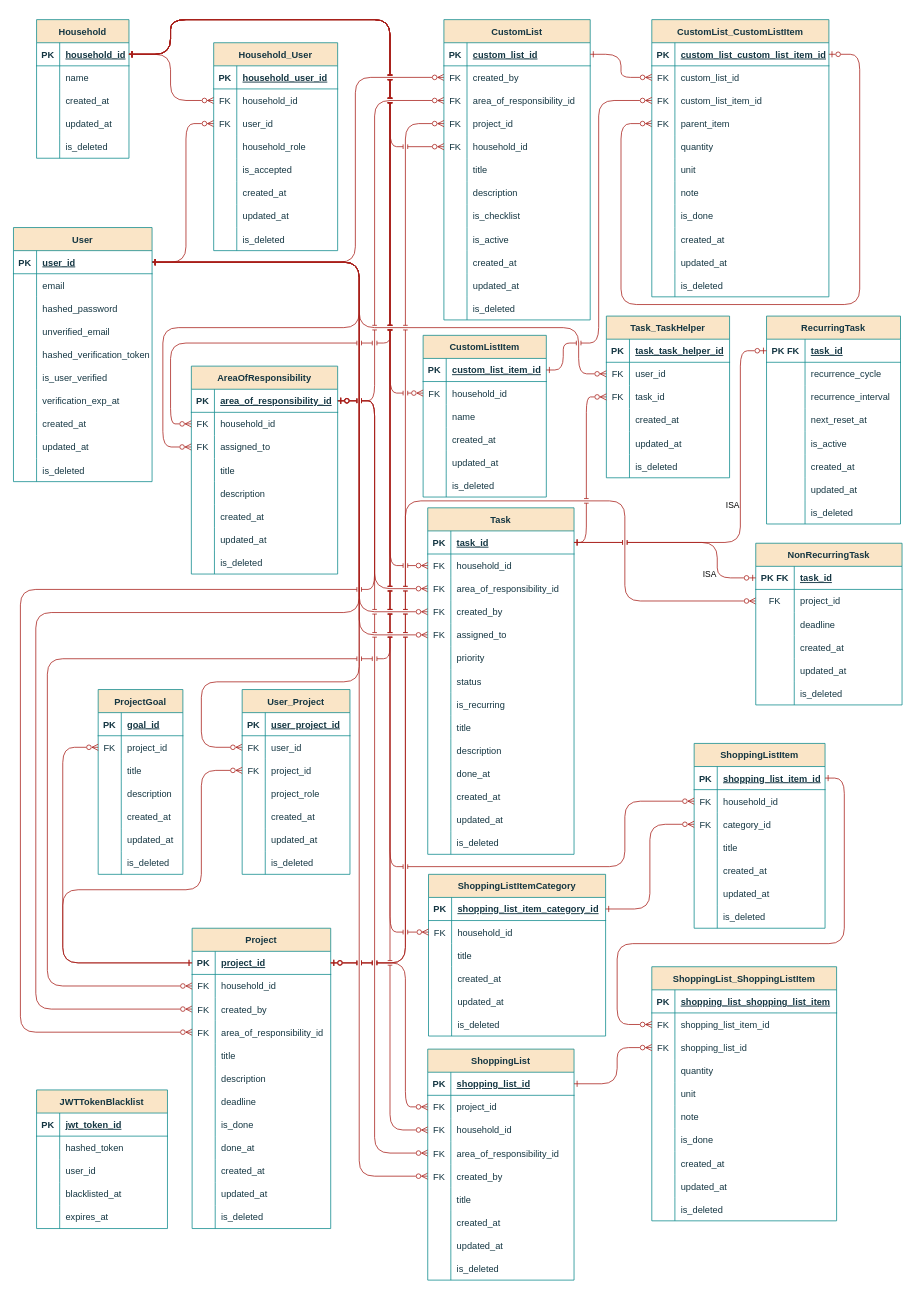
Above: docs/diagrams/erd/TheMentalLoadHub_ERD.drawio in dominikoetiker/TheMentalLoadHub (draw.io), before the change. Source tidied: cells renumbered, new cells numbered last; positions are measured from the earlier drawing's top-left corner, leaving out a move shared by most shapes. Both pictures are drawn from the tidied source at 77%, with x=0, y=0 at pixel (13, 19).
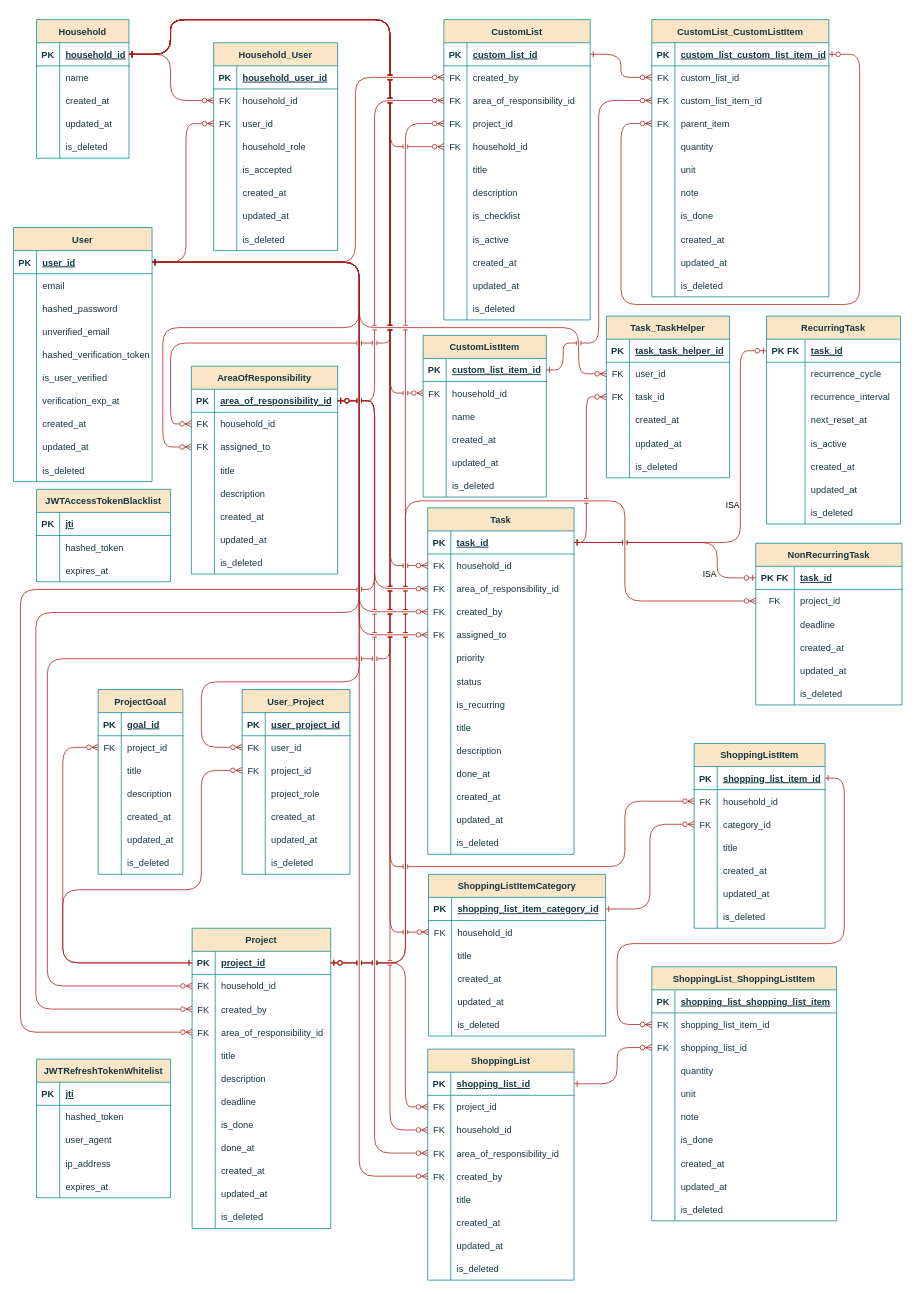
After the change.

Commit message (it also covers changes not shown here):
Update ERD to include token management improvements

Updated the ERD to reflect changes in token management, including renaming JWTTokenBlacklist to JWTAccessTokenBlacklist and adding JWTRefreshTokenWhitelist. These adjustments improve the clarity and structure of token handling within the system.

Diff of the diagram source:
```diff
@@
-    <mxCell id="512" value="JWTTokenBlacklist" style="shape=table;startSize=30;childLayout=tableLayout;rowLines=0;fontStyle=1;align=center;rounded=0;labelBackgroundColor=none;shadow=0;comic=0;enumerate=0;fillColor=#FAE5C7;strokeColor=#0F8B8D;fontColor=#143642;" parent="1" vertex="1">
-      <mxGeometry x="30" y="1390" width="170" height="180" as="geometry" />
+    <mxCell id="512" value="JWTAccessTokenBlacklist" style="shape=table;startSize=30;childLayout=tableLayout;rowLines=0;fontStyle=1;align=center;rounded=0;labelBackgroundColor=none;shadow=0;comic=0;enumerate=0;fillColor=#FAE5C7;strokeColor=#0F8B8D;fontColor=#143642;" parent="1" vertex="1">
+      <mxGeometry x="30" y="610" width="174" height="120" as="geometry" />
     </mxCell>
     <mxCell id="513" style="shape=tableRow;horizontal=0;startSize=0;swimlaneHead=0;swimlaneBody=0;fillColor=none;top=0;left=0;right=0;bottom=1;rounded=0;labelBackgroundColor=none;shadow=0;comic=0;enumerate=0;strokeColor=#0F8B8D;fontColor=#143642;" parent="512" vertex="1">
-      <mxGeometry y="30" width="170" height="30" as="geometry" />
+      <mxGeometry y="30" width="174" height="30" as="geometry" />
     </mxCell>
@@
-    <mxCell id="515" value="jwt_token_id" style="shape=partialRectangle;overflow=hidden;fillColor=none;align=left;top=0;left=0;bottom=0;right=0;spacingLeft=6;fontStyle=5;rounded=0;labelBackgroundColor=none;shadow=0;comic=0;enumerate=0;strokeColor=#0F8B8D;fontColor=#143642;" parent="513" vertex="1">
-      <mxGeometry x="30" width="140" height="30" as="geometry" />
+    <mxCell id="515" value="jti" style="shape=partialRectangle;overflow=hidden;fillColor=none;align=left;top=0;left=0;bottom=0;right=0;spacingLeft=6;fontStyle=5;rounded=0;labelBackgroundColor=none;shadow=0;comic=0;enumerate=0;strokeColor=#0F8B8D;fontColor=#143642;" parent="513" vertex="1">
+      <mxGeometry x="30" width="144" height="30" as="geometry" />
     </mxCell>
     <mxCell id="516" style="shape=tableRow;horizontal=0;startSize=0;swimlaneHead=0;swimlaneBody=0;fillColor=none;top=0;left=0;right=0;bottom=0;rounded=0;labelBackgroundColor=none;shadow=0;comic=0;enumerate=0;strokeColor=#0F8B8D;fontColor=#143642;" parent="512" vertex="1">
-      <mxGeometry y="60" width="170" height="30" as="geometry" />
+      <mxGeometry y="60" width="174" height="30" as="geometry" />
     </mxCell>
@@
     <mxCell id="518" value="hashed_token" style="shape=partialRectangle;overflow=hidden;fillColor=none;align=left;top=0;left=0;bottom=0;right=0;spacingLeft=6;fontStyle=0;rounded=0;labelBackgroundColor=none;shadow=0;comic=0;enumerate=0;strokeColor=#0F8B8D;fontColor=#143642;" parent="516" vertex="1">
-      <mxGeometry x="30" width="140" height="30" as="geometry" />
+      <mxGeometry x="30" width="144" height="30" as="geometry" />
     </mxCell>
-    <mxCell id="519" style="shape=tableRow;horizontal=0;startSize=0;swimlaneHead=0;swimlaneBody=0;fillColor=none;top=0;left=0;right=0;bottom=0;rounded=0;labelBackgroundColor=none;shadow=0;comic=0;enumerate=0;strokeColor=#0F8B8D;fontColor=#143642;" parent="512" vertex="1">
-      <mxGeometry y="90" width="170" height="30" as="geometry" />
-    </mxCell>
-    <mxCell id="520" style="shape=partialRectangle;overflow=hidden;fillColor=none;top=0;left=0;bottom=0;right=0;rounded=0;labelBackgroundColor=none;shadow=0;comic=0;enumerate=0;strokeColor=#0F8B8D;fontColor=#143642;" parent="519" vertex="1">
-      <mxGeometry width="30" height="30" as="geometry" />
-    </mxCell>
-    <mxCell id="521" value="user_id" style="shape=partialRectangle;overflow=hidden;fillColor=none;align=left;top=0;left=0;bottom=0;right=0;spacingLeft=6;rounded=0;labelBackgroundColor=none;shadow=0;comic=0;enumerate=0;strokeColor=#0F8B8D;fontColor=#143642;" parent="519" vertex="1">
-      <mxGeometry x="30" width="140" height="30" as="geometry" />
-    </mxCell>
-    <mxCell id="522" style="shape=tableRow;horizontal=0;startSize=0;swimlaneHead=0;swimlaneBody=0;fillColor=none;top=0;left=0;right=0;bottom=0;rounded=0;labelBackgroundColor=none;shadow=0;comic=0;enumerate=0;strokeColor=#0F8B8D;fontColor=#143642;" parent="512" vertex="1">
-      <mxGeometry y="120" width="170" height="30" as="geometry" />
-    </mxCell>
-    <mxCell id="523" style="shape=partialRectangle;overflow=hidden;fillColor=none;top=0;left=0;bottom=0;right=0;rounded=0;labelBackgroundColor=none;shadow=0;comic=0;enumerate=0;strokeColor=#0F8B8D;fontColor=#143642;" parent="522" vertex="1">
-      <mxGeometry width="30" height="30" as="geometry" />
-    </mxCell>
-    <mxCell id="524" value="blacklisted_at" style="shape=partialRectangle;overflow=hidden;fillColor=none;align=left;top=0;left=0;bottom=0;right=0;spacingLeft=6;rounded=0;labelBackgroundColor=none;shadow=0;comic=0;enumerate=0;strokeColor=#0F8B8D;fontColor=#143642;" parent="522" vertex="1">
-      <mxGeometry x="30" width="140" height="30" as="geometry" />
-    </mxCell>
     <mxCell id="525" style="shape=tableRow;horizontal=0;startSize=0;swimlaneHead=0;swimlaneBody=0;fillColor=none;top=0;left=0;right=0;bottom=0;rounded=0;labelBackgroundColor=none;shadow=0;comic=0;enumerate=0;strokeColor=#0F8B8D;fontColor=#143642;" parent="512" vertex="1">
-      <mxGeometry y="150" width="170" height="30" as="geometry" />
+      <mxGeometry y="90" width="174" height="30" as="geometry" />
     </mxCell>
@@
     <mxCell id="527" value="expires_at" style="shape=partialRectangle;overflow=hidden;fillColor=none;align=left;top=0;left=0;bottom=0;right=0;spacingLeft=6;rounded=0;labelBackgroundColor=none;shadow=0;comic=0;enumerate=0;strokeColor=#0F8B8D;fontColor=#143642;" parent="525" vertex="1">
-      <mxGeometry x="30" width="140" height="30" as="geometry" />
+      <mxGeometry x="30" width="144" height="30" as="geometry" />
     </mxCell>
+    <mxCell id="528" value="JWTRefreshTokenWhitelist" style="shape=table;startSize=30;childLayout=tableLayout;rowLines=0;fontStyle=1;align=center;rounded=0;labelBackgroundColor=none;shadow=0;comic=0;enumerate=0;fillColor=#FAE5C7;strokeColor=#0F8B8D;fontColor=#143642;" parent="1" vertex="1">
+      <mxGeometry x="30" y="1350" width="174" height="180" as="geometry" />
+    </mxCell>
+    <mxCell id="529" style="shape=tableRow;horizontal=0;startSize=0;swimlaneHead=0;swimlaneBody=0;fillColor=none;top=0;left=0;right=0;bottom=1;rounded=0;labelBackgroundColor=none;shadow=0;comic=0;enumerate=0;strokeColor=#0F8B8D;fontColor=#143642;" parent="528" vertex="1">
+      <mxGeometry y="30" width="174" height="30" as="geometry" />
+    </mxCell>
+    <mxCell id="530" value="PK" style="shape=partialRectangle;overflow=hidden;fillColor=none;top=0;left=0;bottom=0;right=0;fontStyle=1;rounded=0;labelBackgroundColor=none;shadow=0;comic=0;enumerate=0;strokeColor=#0F8B8D;fontColor=#143642;" parent="529" vertex="1">
+      <mxGeometry width="30" height="30" as="geometry" />
+    </mxCell>
+    <mxCell id="531" value="jti" style="shape=partialRectangle;overflow=hidden;fillColor=none;align=left;top=0;left=0;bottom=0;right=0;spacingLeft=6;fontStyle=5;rounded=0;labelBackgroundColor=none;shadow=0;comic=0;enumerate=0;strokeColor=#0F8B8D;fontColor=#143642;" parent="529" vertex="1">
+      <mxGeometry x="30" width="144" height="30" as="geometry" />
+    </mxCell>
+    <mxCell id="532" style="shape=tableRow;horizontal=0;startSize=0;swimlaneHead=0;swimlaneBody=0;fillColor=none;top=0;left=0;right=0;bottom=0;rounded=0;labelBackgroundColor=none;shadow=0;comic=0;enumerate=0;strokeColor=#0F8B8D;fontColor=#143642;" parent="528" vertex="1">
+      <mxGeometry y="60" width="174" height="30" as="geometry" />
+    </mxCell>
+    <mxCell id="533" style="shape=partialRectangle;overflow=hidden;fillColor=none;top=0;left=0;bottom=0;right=0;fontStyle=0;rounded=0;labelBackgroundColor=none;shadow=0;comic=0;enumerate=0;strokeColor=#0F8B8D;fontColor=#143642;" parent="532" vertex="1">
+      <mxGeometry width="30" height="30" as="geometry" />
+    </mxCell>
+    <mxCell id="534" value="hashed_token" style="shape=partialRectangle;overflow=hidden;fillColor=none;align=left;top=0;left=0;bottom=0;right=0;spacingLeft=6;fontStyle=0;rounded=0;labelBackgroundColor=none;shadow=0;comic=0;enumerate=0;strokeColor=#0F8B8D;fontColor=#143642;" parent="532" vertex="1">
+      <mxGeometry x="30" width="144" height="30" as="geometry" />
+    </mxCell>
+    <mxCell id="535" style="shape=tableRow;horizontal=0;startSize=0;swimlaneHead=0;swimlaneBody=0;fillColor=none;top=0;left=0;right=0;bottom=0;rounded=0;labelBackgroundColor=none;shadow=0;comic=0;enumerate=0;strokeColor=#0F8B8D;fontColor=#143642;" parent="528" vertex="1">
+      <mxGeometry y="90" width="174" height="30" as="geometry" />
+    </mxCell>
+    <mxCell id="536" style="shape=partialRectangle;overflow=hidden;fillColor=none;top=0;left=0;bottom=0;right=0;fontStyle=0;rounded=0;labelBackgroundColor=none;shadow=0;comic=0;enumerate=0;strokeColor=#0F8B8D;fontColor=#143642;" parent="535" vertex="1">
+      <mxGeometry width="30" height="30" as="geometry" />
+    </mxCell>
+    <mxCell id="537" value="user_agent" style="shape=partialRectangle;overflow=hidden;fillColor=none;align=left;top=0;left=0;bottom=0;right=0;spacingLeft=6;fontStyle=0;rounded=0;labelBackgroundColor=none;shadow=0;comic=0;enumerate=0;strokeColor=#0F8B8D;fontColor=#143642;" parent="535" vertex="1">
+      <mxGeometry x="30" width="144" height="30" as="geometry" />
+    </mxCell>
+    <mxCell id="538" style="shape=tableRow;horizontal=0;startSize=0;swimlaneHead=0;swimlaneBody=0;fillColor=none;top=0;left=0;right=0;bottom=0;rounded=0;labelBackgroundColor=none;shadow=0;comic=0;enumerate=0;strokeColor=#0F8B8D;fontColor=#143642;" parent="528" vertex="1">
+      <mxGeometry y="120" width="174" height="30" as="geometry" />
+    </mxCell>
+    <mxCell id="539" style="shape=partialRectangle;overflow=hidden;fillColor=none;top=0;left=0;bottom=0;right=0;fontStyle=0;rounded=0;labelBackgroundColor=none;shadow=0;comic=0;enumerate=0;strokeColor=#0F8B8D;fontColor=#143642;" parent="538" vertex="1">
+      <mxGeometry width="30" height="30" as="geometry" />
+    </mxCell>
+    <mxCell id="540" value="ip_address" style="shape=partialRectangle;overflow=hidden;fillColor=none;align=left;top=0;left=0;bottom=0;right=0;spacingLeft=6;fontStyle=0;rounded=0;labelBackgroundColor=none;shadow=0;comic=0;enumerate=0;strokeColor=#0F8B8D;fontColor=#143642;" parent="538" vertex="1">
+      <mxGeometry x="30" width="144" height="30" as="geometry" />
+    </mxCell>
+    <mxCell id="541" style="shape=tableRow;horizontal=0;startSize=0;swimlaneHead=0;swimlaneBody=0;fillColor=none;top=0;left=0;right=0;bottom=0;rounded=0;labelBackgroundColor=none;shadow=0;comic=0;enumerate=0;strokeColor=#0F8B8D;fontColor=#143642;" parent="528" vertex="1">
+      <mxGeometry y="150" width="174" height="30" as="geometry" />
+    </mxCell>
+    <mxCell id="542" style="shape=partialRectangle;overflow=hidden;fillColor=none;top=0;left=0;bottom=0;right=0;rounded=0;labelBackgroundColor=none;shadow=0;comic=0;enumerate=0;strokeColor=#0F8B8D;fontColor=#143642;" parent="541" vertex="1">
+      <mxGeometry width="30" height="30" as="geometry" />
+    </mxCell>
+    <mxCell id="543" value="expires_at" style="shape=partialRectangle;overflow=hidden;fillColor=none;align=left;top=0;left=0;bottom=0;right=0;spacingLeft=6;rounded=0;labelBackgroundColor=none;shadow=0;comic=0;enumerate=0;strokeColor=#0F8B8D;fontColor=#143642;" parent="541" vertex="1">
+      <mxGeometry x="30" width="144" height="30" as="geometry" />
+    </mxCell>
```
